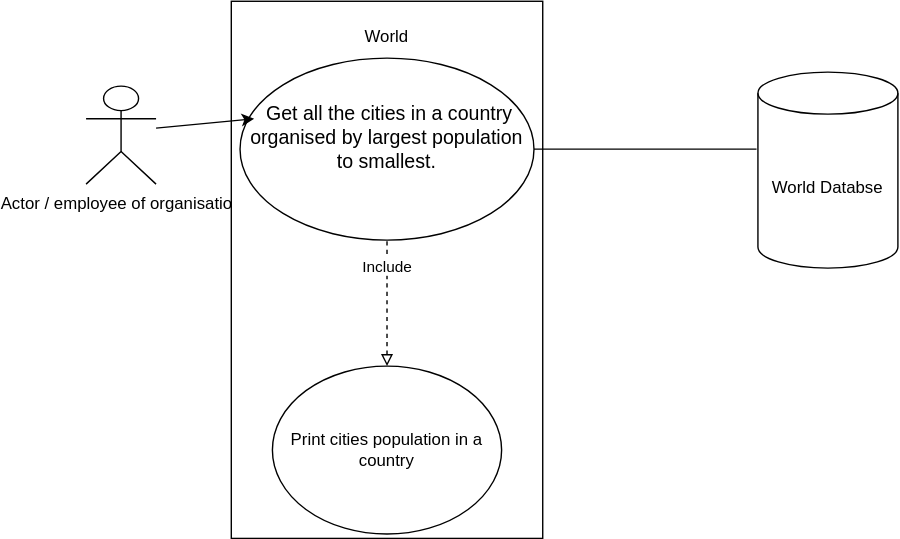
This is use-cases/populationDiagram.svg from RoryM18/sem_group20, a draw.io export, as it was before one commit. Source tidied: cells renumbered, new cells last; positions are measured from the earlier drawing's top-left corner, leaving out a move shared by most shapes. Source of this version:
```xml
<mxGraphModel>
  <root>
    <mxCell id="0" />
    <mxCell id="1" parent="0" />
    <mxCell id="2" value="Actor / employee of organisation" style="shape=umlActor;verticalLabelPosition=bottom;verticalAlign=top;html=1;" parent="1" vertex="1">
      <mxGeometry y="50" width="50" height="70" as="geometry" />
    </mxCell>
    <mxCell id="3" style="rounded=0;whiteSpace=wrap;html=1;rotation=-90;" parent="1" vertex="1">
      <mxGeometry x="23.1" y="70" width="383.8" height="222.5" as="geometry" />
    </mxCell>
    <mxCell id="4" value="World" style="text;html=1;strokeColor=none;fillColor=none;align=center;verticalAlign=middle;whiteSpace=wrap;rounded=0;" parent="1" vertex="1">
      <mxGeometry x="185" width="60" height="30" as="geometry" />
    </mxCell>
    <mxCell id="5" value="&lt;p dir=&quot;auto&quot; style=&quot;box-sizing: border-box ; margin-top: 0px ; margin-bottom: 16px ; font-size: 14px ; font-style: normal ; font-weight: normal ; letter-spacing: normal ; text-indent: 0px ; text-transform: none ; word-spacing: 0px ; text-decoration: none&quot;&gt;&lt;span&gt;&amp;nbsp;Get all the cities in a country organised by largest population to smallest.&lt;/span&gt;&lt;/p&gt;" style="ellipse;whiteSpace=wrap;html=1;" parent="1" vertex="1">
      <mxGeometry x="110" y="30" width="210" height="130" as="geometry" />
    </mxCell>
    <mxCell id="6" value="Print cities population in a country" style="ellipse;whiteSpace=wrap;html=1;fontColor=#000000;" parent="1" vertex="1">
      <mxGeometry x="133.1" y="250" width="163.8" height="120" as="geometry" />
    </mxCell>
    <mxCell id="7" value="Include&lt;br&gt;" style="endArrow=none;dashed=1;html=1;rounded=0;fontColor=#000000;exitX=0.5;exitY=0;exitDx=0;exitDy=0;entryX=0.5;entryY=1;entryDx=0;entryDy=0;startArrow=block;startFill=0;" parent="1" edge="1" source="6" target="5">
      <mxGeometry x="0.56" relative="1" as="geometry" />
    </mxCell>
    <mxCell id="8" style="endArrow=classic;html=1;rounded=0;fontColor=#000000;entryX=0.048;entryY=0.333;entryDx=0;entryDy=0;entryPerimeter=0;" parent="1" edge="1" target="5">
      <mxGeometry relative="1" as="geometry">
        <mxPoint x="50" y="80" as="sourcePoint" />
      </mxGeometry>
    </mxCell>
    <mxCell id="9" value="World Databse" style="shape=cylinder3;whiteSpace=wrap;html=1;boundedLbl=1;backgroundOutline=1;size=15;fontColor=#000000;" parent="1" vertex="1">
      <mxGeometry x="480" y="40" width="100" height="140" as="geometry" />
    </mxCell>
    <mxCell id="10" style="endArrow=none;html=1;rounded=0;fontColor=#000000;exitX=1;exitY=0.5;exitDx=0;exitDy=0;entryX=-0.01;entryY=0.393;entryDx=0;entryDy=0;entryPerimeter=0;" parent="1" edge="1" source="5" target="9">
      <mxGeometry relative="1" as="geometry" />
    </mxCell>
  </root>
</mxGraphModel>
```
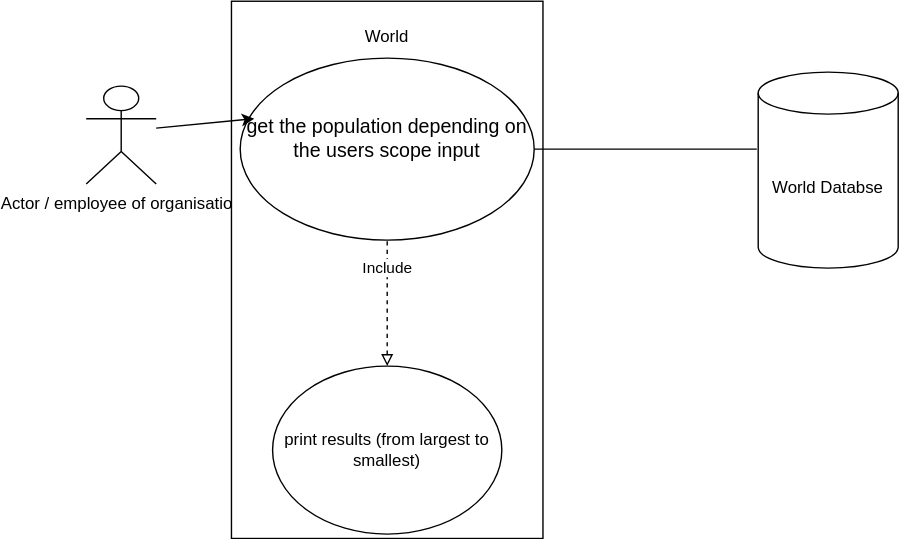
Above is the later version.

Commit message:
population use case diagram

Change to the diagram source:
```diff
@@ -11,10 +11,10 @@
     <mxCell id="4" value="World" style="text;html=1;strokeColor=none;fillColor=none;align=center;verticalAlign=middle;whiteSpace=wrap;rounded=0;" parent="1" vertex="1">
       <mxGeometry x="185" width="60" height="30" as="geometry" />
     </mxCell>
-    <mxCell id="5" value="&lt;p dir=&quot;auto&quot; style=&quot;box-sizing: border-box ; margin-top: 0px ; margin-bottom: 16px ; font-size: 14px ; font-style: normal ; font-weight: normal ; letter-spacing: normal ; text-indent: 0px ; text-transform: none ; word-spacing: 0px ; text-decoration: none&quot;&gt;&lt;span&gt;&amp;nbsp;Get all the cities in a country organised by largest population to smallest.&lt;/span&gt;&lt;/p&gt;" style="ellipse;whiteSpace=wrap;html=1;" parent="1" vertex="1">
+    <mxCell id="5" value="&lt;p dir=&quot;auto&quot; style=&quot;box-sizing: border-box ; margin-top: 0px ; margin-bottom: 16px ; font-size: 14px ; font-style: normal ; font-weight: normal ; letter-spacing: normal ; text-indent: 0px ; text-transform: none ; word-spacing: 0px ; text-decoration: none&quot;&gt;get the population depending on the users scope input&lt;/p&gt;" style="ellipse;whiteSpace=wrap;html=1;" parent="1" vertex="1">
       <mxGeometry x="110" y="30" width="210" height="130" as="geometry" />
     </mxCell>
-    <mxCell id="6" value="Print cities population in a country" style="ellipse;whiteSpace=wrap;html=1;fontColor=#000000;" parent="1" vertex="1">
+    <mxCell id="6" value="print results (from largest to smallest)" style="ellipse;whiteSpace=wrap;html=1;fontColor=#000000;" parent="1" vertex="1">
       <mxGeometry x="133.1" y="250" width="163.8" height="120" as="geometry" />
     </mxCell>
     <mxCell id="7" value="Include&lt;br&gt;" style="endArrow=none;dashed=1;html=1;rounded=0;fontColor=#000000;exitX=0.5;exitY=0;exitDx=0;exitDy=0;entryX=0.5;entryY=1;entryDx=0;entryDy=0;startArrow=block;startFill=0;" parent="1" edge="1" source="6" target="5">
```
